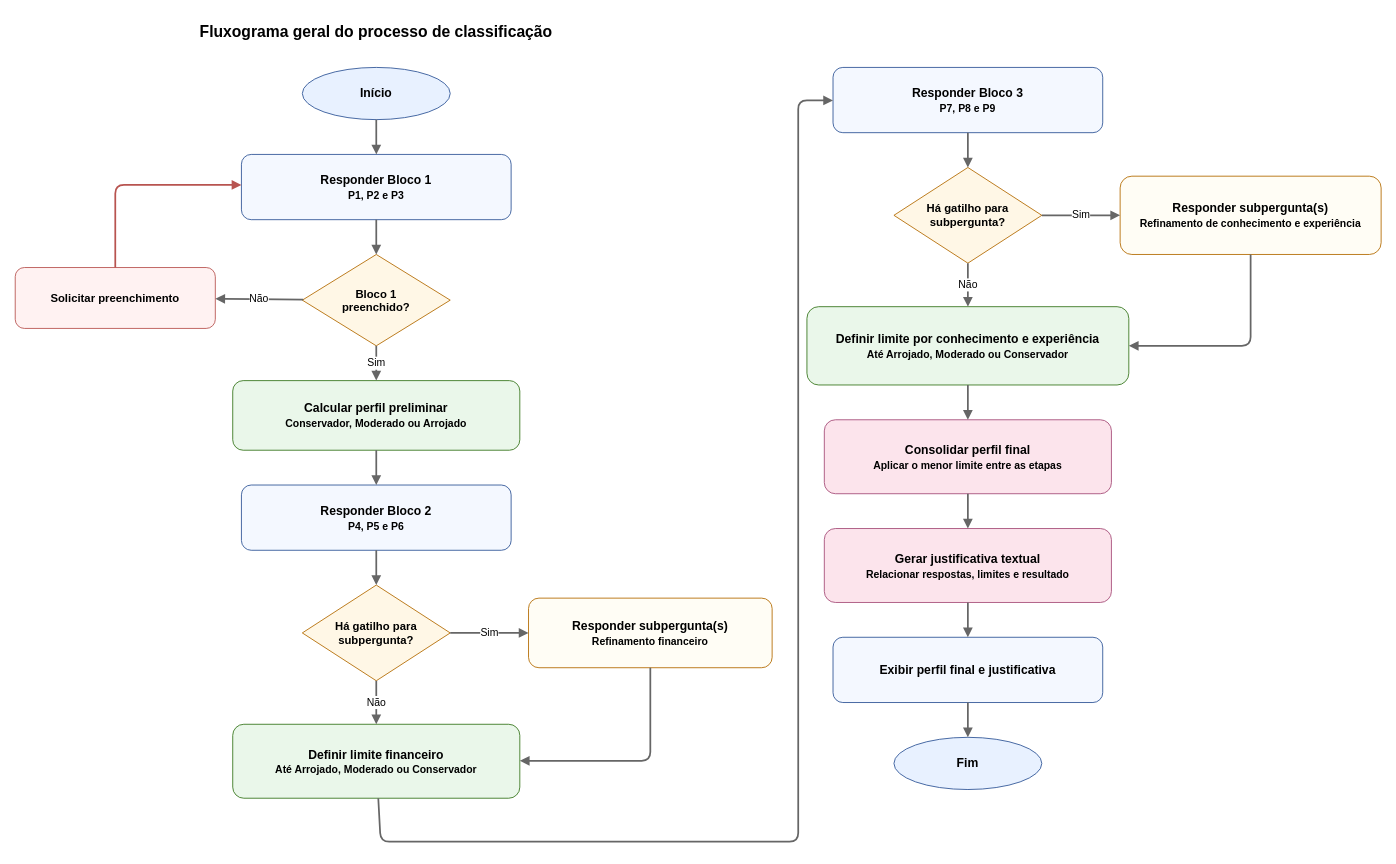
Earlier version of the draw.io diagram docs/diagramas/figura-4-fluxograma-classificacao.drawio (Gilleade/tcc-perfil-investidor). Source tidied: cells renumbered, new cells numbered last; positions are measured from the earlier drawing's top-left corner, leaving out a move shared by most shapes. Both pictures are drawn from the tidied source at 87%, with x=0, y=0 at pixel (15, 15).
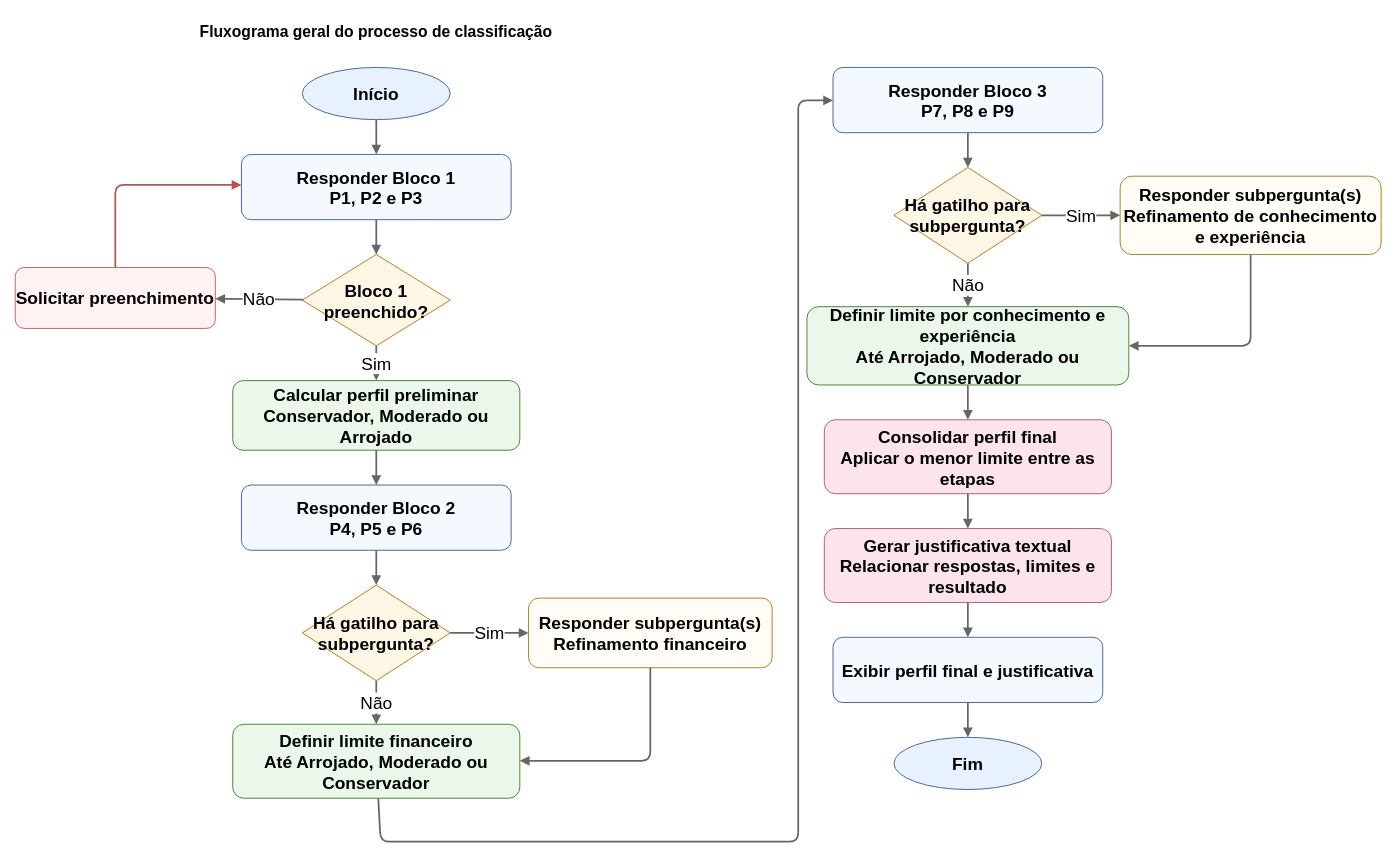
After the change.

Change to the diagram source:
```diff
@@
-    <mxCell id="3" value="Início" style="ellipse;whiteSpace=wrap;html=1;fillColor=#E8F1FF;strokeColor=#2F5597;fontSize=14;fontStyle=1;" parent="1" vertex="1">
+    <mxCell id="3" value="Início" style="ellipse;whiteSpace=wrap;html=1;fillColor=#E8F1FF;strokeColor=#2F5597;fontSize=20;fontStyle=1;" parent="1" vertex="1">
       <mxGeometry x="330" y="60" width="170" height="60" as="geometry" />
     </mxCell>
-    <mxCell id="4" value="Responder Bloco 1&lt;br&gt;&lt;font style=&quot;font-size: 12px&quot;&gt;P1, P2 e P3&lt;/font&gt;" style="rounded=1;whiteSpace=wrap;html=1;fillColor=#F4F8FF;strokeColor=#2F5597;fontSize=14;fontStyle=1;" parent="1" vertex="1">
+    <mxCell id="4" value="Responder Bloco 1&lt;br&gt;&lt;font&gt;P1, P2 e P3&lt;/font&gt;" style="rounded=1;whiteSpace=wrap;html=1;fillColor=#F4F8FF;strokeColor=#2F5597;fontSize=20;fontStyle=1;" parent="1" vertex="1">
       <mxGeometry x="260" y="160" width="310" height="75" as="geometry" />
     </mxCell>
-    <mxCell id="5" value="Bloco 1&lt;br&gt;preenchido?" style="rhombus;whiteSpace=wrap;html=1;fillColor=#FFF7E6;strokeColor=#B36B00;fontSize=13;fontStyle=1;" parent="1" vertex="1">
+    <mxCell id="5" value="Bloco 1&lt;br&gt;preenchido?" style="rhombus;whiteSpace=wrap;html=1;fillColor=#FFF7E6;strokeColor=#B36B00;fontSize=20;fontStyle=1;" parent="1" vertex="1">
       <mxGeometry x="330" y="275" width="170" height="105" as="geometry" />
     </mxCell>
-    <mxCell id="6" value="Calcular perfil preliminar&lt;br&gt;&lt;font style=&quot;font-size: 12px&quot;&gt;Conservador, Moderado ou Arrojado&lt;/font&gt;" style="rounded=1;whiteSpace=wrap;html=1;fillColor=#EAF7EA;strokeColor=#38761D;fontSize=14;fontStyle=1;" parent="1" vertex="1">
+    <mxCell id="6" value="Calcular perfil preliminar&lt;br&gt;&lt;font&gt;Conservador, Moderado ou Arrojado&lt;/font&gt;" style="rounded=1;whiteSpace=wrap;html=1;fillColor=#EAF7EA;strokeColor=#38761D;fontSize=20;fontStyle=1;" parent="1" vertex="1">
       <mxGeometry x="250" y="420" width="330" height="80" as="geometry" />
     </mxCell>
-    <mxCell id="7" value="Responder Bloco 2&lt;br&gt;&lt;font style=&quot;font-size: 12px&quot;&gt;P4, P5 e P6&lt;/font&gt;" style="rounded=1;whiteSpace=wrap;html=1;fillColor=#F4F8FF;strokeColor=#2F5597;fontSize=14;fontStyle=1;" parent="1" vertex="1">
+    <mxCell id="7" value="Responder Bloco 2&lt;br&gt;&lt;font&gt;P4, P5 e P6&lt;/font&gt;" style="rounded=1;whiteSpace=wrap;html=1;fillColor=#F4F8FF;strokeColor=#2F5597;fontSize=20;fontStyle=1;" parent="1" vertex="1">
       <mxGeometry x="260" y="540" width="310" height="75" as="geometry" />
     </mxCell>
-    <mxCell id="8" value="Há gatilho para&lt;br&gt;subpergunta?" style="rhombus;whiteSpace=wrap;html=1;fillColor=#FFF7E6;strokeColor=#B36B00;fontSize=13;fontStyle=1;" parent="1" vertex="1">
+    <mxCell id="8" value="Há gatilho para&lt;br&gt;subpergunta?" style="rhombus;whiteSpace=wrap;html=1;fillColor=#FFF7E6;strokeColor=#B36B00;fontSize=20;fontStyle=1;" parent="1" vertex="1">
       <mxGeometry x="330" y="655" width="170" height="110" as="geometry" />
     </mxCell>
-    <mxCell id="9" value="Responder subpergunta(s)&lt;br&gt;&lt;font style=&quot;font-size: 12px&quot;&gt;Refinamento financeiro&lt;/font&gt;" style="rounded=1;whiteSpace=wrap;html=1;fillColor=#FFFDF5;strokeColor=#B36B00;fontSize=14;fontStyle=1;" parent="1" vertex="1">
+    <mxCell id="9" value="Responder subpergunta(s)&lt;br&gt;&lt;font&gt;Refinamento financeiro&lt;/font&gt;" style="rounded=1;whiteSpace=wrap;html=1;fillColor=#FFFDF5;strokeColor=#B36B00;fontSize=20;fontStyle=1;" parent="1" vertex="1">
       <mxGeometry x="590" y="670" width="280" height="80" as="geometry" />
     </mxCell>
-    <mxCell id="10" value="Definir limite financeiro&lt;br&gt;&lt;font style=&quot;font-size: 12px&quot;&gt;Até Arrojado, Moderado ou Conservador&lt;/font&gt;" style="rounded=1;whiteSpace=wrap;html=1;fillColor=#EAF7EA;strokeColor=#38761D;fontSize=14;fontStyle=1;" parent="1" vertex="1">
+    <mxCell id="10" value="Definir limite financeiro&lt;br&gt;&lt;font&gt;Até Arrojado, Moderado ou Conservador&lt;/font&gt;" style="rounded=1;whiteSpace=wrap;html=1;fillColor=#EAF7EA;strokeColor=#38761D;fontSize=20;fontStyle=1;" parent="1" vertex="1">
       <mxGeometry x="250" y="815" width="330" height="85" as="geometry" />
     </mxCell>
-    <mxCell id="11" value="Responder Bloco 3&lt;br&gt;&lt;font style=&quot;font-size: 12px&quot;&gt;P7, P8 e P9&lt;/font&gt;" style="rounded=1;whiteSpace=wrap;html=1;fillColor=#F4F8FF;strokeColor=#2F5597;fontSize=14;fontStyle=1;" parent="1" vertex="1">
+    <mxCell id="11" value="Responder Bloco 3&lt;br&gt;&lt;font&gt;P7, P8 e P9&lt;/font&gt;" style="rounded=1;whiteSpace=wrap;html=1;fillColor=#F4F8FF;strokeColor=#2F5597;fontSize=20;fontStyle=1;" parent="1" vertex="1">
       <mxGeometry x="940" y="60" width="310" height="75" as="geometry" />
     </mxCell>
-    <mxCell id="12" value="Há gatilho para&lt;br&gt;subpergunta?" style="rhombus;whiteSpace=wrap;html=1;fillColor=#FFF7E6;strokeColor=#B36B00;fontSize=13;fontStyle=1;" parent="1" vertex="1">
+    <mxCell id="12" value="Há gatilho para&lt;br&gt;subpergunta?" style="rhombus;whiteSpace=wrap;html=1;fillColor=#FFF7E6;strokeColor=#B36B00;fontSize=20;fontStyle=1;" parent="1" vertex="1">
       <mxGeometry x="1010" y="175" width="170" height="110" as="geometry" />
     </mxCell>
-    <mxCell id="13" value="Responder subpergunta(s)&lt;br&gt;&lt;font style=&quot;font-size: 12px&quot;&gt;Refinamento de conhecimento e experiência&lt;/font&gt;" style="rounded=1;whiteSpace=wrap;html=1;fillColor=#FFFDF5;strokeColor=#B36B00;fontSize=14;fontStyle=1;" parent="1" vertex="1">
+    <mxCell id="13" value="Responder subpergunta(s)&lt;br&gt;&lt;font&gt;Refinamento de conhecimento e experiência&lt;/font&gt;" style="rounded=1;whiteSpace=wrap;html=1;fillColor=#FFFDF5;strokeColor=#B36B00;fontSize=20;fontStyle=1;" parent="1" vertex="1">
       <mxGeometry x="1270" y="185" width="300" height="90" as="geometry" />
     </mxCell>
-    <mxCell id="14" value="Definir limite por conhecimento e experiência&lt;br&gt;&lt;font style=&quot;font-size: 12px&quot;&gt;Até Arrojado, Moderado ou Conservador&lt;/font&gt;" style="rounded=1;whiteSpace=wrap;html=1;fillColor=#EAF7EA;strokeColor=#38761D;fontSize=14;fontStyle=1;" parent="1" vertex="1">
+    <mxCell id="14" value="Definir limite por conhecimento e experiência&lt;br&gt;&lt;font&gt;Até Arrojado, Moderado ou Conservador&lt;/font&gt;" style="rounded=1;whiteSpace=wrap;html=1;fillColor=#EAF7EA;strokeColor=#38761D;fontSize=20;fontStyle=1;" parent="1" vertex="1">
       <mxGeometry x="910" y="335" width="370" height="90" as="geometry" />
     </mxCell>
-    <mxCell id="15" value="Consolidar perfil final&lt;br&gt;&lt;font style=&quot;font-size: 12px&quot;&gt;Aplicar o menor limite entre as etapas&lt;/font&gt;" style="rounded=1;whiteSpace=wrap;html=1;fillColor=#FCE4EC;strokeColor=#A64D79;fontSize=14;fontStyle=1;" parent="1" vertex="1">
+    <mxCell id="15" value="Consolidar perfil final&lt;br&gt;&lt;font&gt;Aplicar o menor limite entre as etapas&lt;/font&gt;" style="rounded=1;whiteSpace=wrap;html=1;fillColor=#FCE4EC;strokeColor=#A64D79;fontSize=20;fontStyle=1;" parent="1" vertex="1">
       <mxGeometry x="930" y="465" width="330" height="85" as="geometry" />
     </mxCell>
-    <mxCell id="16" value="Gerar justificativa textual&lt;br&gt;&lt;font style=&quot;font-size: 12px&quot;&gt;Relacionar respostas, limites e resultado&lt;/font&gt;" style="rounded=1;whiteSpace=wrap;html=1;fillColor=#FCE4EC;strokeColor=#A64D79;fontSize=14;fontStyle=1;" parent="1" vertex="1">
+    <mxCell id="16" value="Gerar justificativa textual&lt;br&gt;&lt;font&gt;Relacionar respostas, limites e resultado&lt;/font&gt;" style="rounded=1;whiteSpace=wrap;html=1;fillColor=#FCE4EC;strokeColor=#A64D79;fontSize=20;fontStyle=1;" parent="1" vertex="1">
       <mxGeometry x="930" y="590" width="330" height="85" as="geometry" />
     </mxCell>
-    <mxCell id="17" value="Exibir perfil final e justificativa" style="rounded=1;whiteSpace=wrap;html=1;fillColor=#F4F8FF;strokeColor=#2F5597;fontSize=14;fontStyle=1;" parent="1" vertex="1">
+    <mxCell id="17" value="Exibir perfil final e justificativa" style="rounded=1;whiteSpace=wrap;html=1;fillColor=#F4F8FF;strokeColor=#2F5597;fontSize=20;fontStyle=1;" parent="1" vertex="1">
       <mxGeometry x="940" y="715" width="310" height="75" as="geometry" />
     </mxCell>
-    <mxCell id="18" value="Fim" style="ellipse;whiteSpace=wrap;html=1;fillColor=#E8F1FF;strokeColor=#2F5597;fontSize=14;fontStyle=1;" parent="1" vertex="1">
+    <mxCell id="18" value="Fim" style="ellipse;whiteSpace=wrap;html=1;fillColor=#E8F1FF;strokeColor=#2F5597;fontSize=20;fontStyle=1;" parent="1" vertex="1">
       <mxGeometry x="1010" y="830" width="170" height="60" as="geometry" />
     </mxCell>
-    <mxCell id="19" value="Solicitar preenchimento" style="rounded=1;whiteSpace=wrap;html=1;fillColor=#FFF2F2;strokeColor=#B85450;fontSize=13;fontStyle=1;" parent="1" vertex="1">
+    <mxCell id="19" value="Solicitar preenchimento" style="rounded=1;whiteSpace=wrap;html=1;fillColor=#FFF2F2;strokeColor=#B85450;fontSize=20;fontStyle=1;" parent="1" vertex="1">
       <mxGeometry y="290" width="230" height="70" as="geometry" />
     </mxCell>
@@
-    <mxCell id="22" value="Sim" style="endArrow=block;html=1;strokeWidth=2;strokeColor=#666666;fontSize=12;" parent="1" edge="1" source="5" target="6">
+    <mxCell id="22" value="Sim" style="endArrow=block;html=1;strokeWidth=2;strokeColor=#666666;fontSize=20;" parent="1" edge="1" source="5" target="6">
       <mxGeometry relative="1" as="geometry" />
     </mxCell>
-    <mxCell id="23" value="Não" style="endArrow=block;html=1;strokeWidth=2;strokeColor=#666666;fontSize=12;" parent="1" edge="1" source="5" target="19">
+    <mxCell id="23" value="Não" style="endArrow=block;html=1;strokeWidth=2;strokeColor=#666666;fontSize=20;" parent="1" edge="1" source="5" target="19">
       <mxGeometry relative="1" as="geometry" />
     </mxCell>
@@
-    <mxCell id="27" value="Sim" style="endArrow=block;html=1;strokeWidth=2;strokeColor=#666666;fontSize=12;" parent="1" edge="1" source="8" target="9">
+    <mxCell id="27" value="Sim" style="endArrow=block;html=1;strokeWidth=2;strokeColor=#666666;fontSize=20;" parent="1" edge="1" source="8" target="9">
       <mxGeometry relative="1" as="geometry" />
     </mxCell>
-    <mxCell id="28" value="Não" style="endArrow=block;html=1;strokeWidth=2;strokeColor=#666666;fontSize=12;" parent="1" edge="1" source="8" target="10">
+    <mxCell id="28" value="Não" style="endArrow=block;html=1;strokeWidth=2;strokeColor=#666666;fontSize=20;" parent="1" edge="1" source="8" target="10">
       <mxGeometry relative="1" as="geometry" />
     </mxCell>
@@
-    <mxCell id="32" value="Sim" style="endArrow=block;html=1;strokeWidth=2;strokeColor=#666666;fontSize=12;" parent="1" edge="1" source="12" target="13">
+    <mxCell id="32" value="Sim" style="endArrow=block;html=1;strokeWidth=2;strokeColor=#666666;fontSize=20;" parent="1" edge="1" source="12" target="13">
       <mxGeometry relative="1" as="geometry" />
     </mxCell>
-    <mxCell id="33" value="Não" style="endArrow=block;html=1;strokeWidth=2;strokeColor=#666666;fontSize=12;" parent="1" edge="1" source="12" target="14">
+    <mxCell id="33" value="Não" style="endArrow=block;html=1;strokeWidth=2;strokeColor=#666666;fontSize=20;" parent="1" edge="1" source="12" target="14">
       <mxGeometry relative="1" as="geometry" />
     </mxCell>
```
